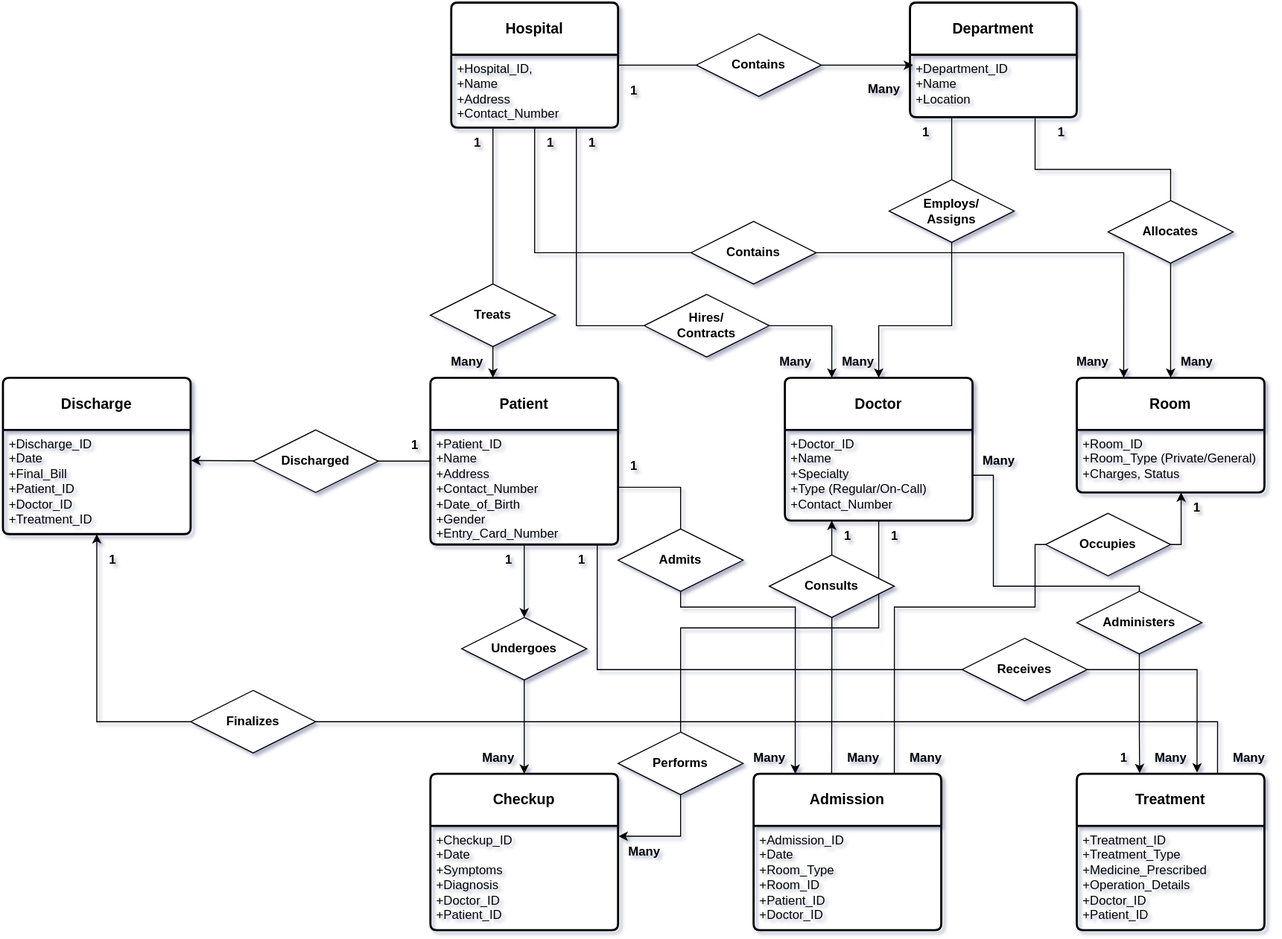
Before: SEM-1/Database-Application/Assignments/Assignment-1/ER-Diagram-(HMS).drawio.svg, a diagram exported from draw.io (Mohammedvaraliya/MCA-Coursework). Source tidied: cells renumbered, new cells last; positions are measured from the earlier drawing's top-left corner, leaving out a move shared by most shapes.
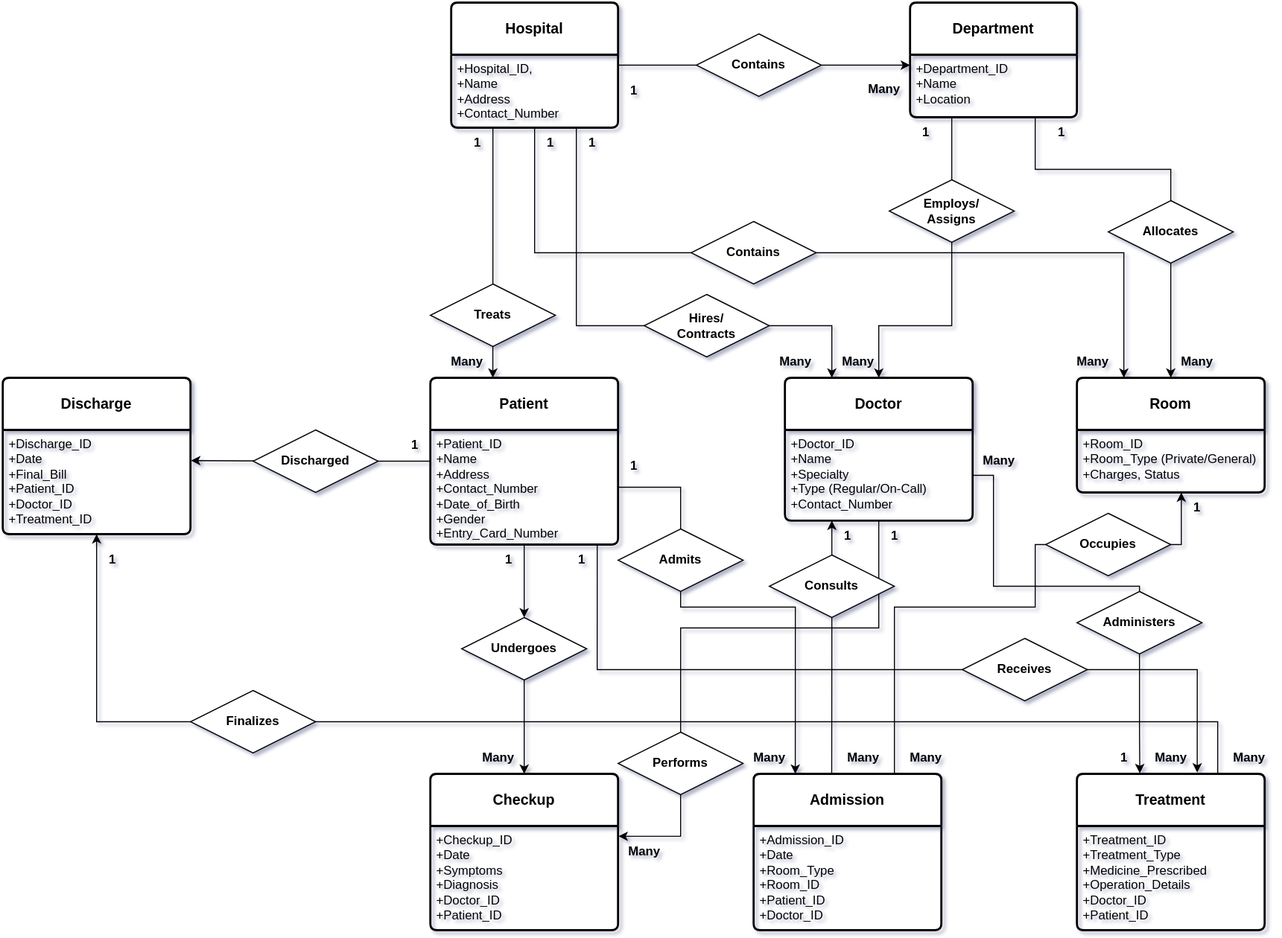
The same file after the commit.

Commit message:
Added Database Application assignment 1 (ER Diagram of Hospital Management System)

What changed in the source:
```diff
@@ -243,8 +243,10 @@
     <mxCell id="64" value="&lt;span&gt;Contains&lt;/span&gt;" style="shape=rhombus;perimeter=rhombusPerimeter;whiteSpace=wrap;html=1;align=center;fontStyle=1;" parent="1" vertex="1">
       <mxGeometry x="665" y="30" width="120" height="60" as="geometry" />
     </mxCell>
-    <mxCell id="65" style="edgeStyle=orthogonalEdgeStyle;rounded=0;jettySize=auto;html=1;entryX=0.019;entryY=0.167;entryDx=0;entryDy=0;entryPerimeter=0;" parent="1" edge="1" source="64" target="6">
-      <mxGeometry relative="1" as="geometry" />
+    <mxCell id="65" style="edgeStyle=orthogonalEdgeStyle;rounded=0;jettySize=auto;html=1;" parent="1" edge="1" source="64">
+      <mxGeometry relative="1" as="geometry">
+        <mxPoint x="870" y="60" as="targetPoint" />
+      </mxGeometry>
     </mxCell>
     <mxCell id="66" value="Employs/&lt;div&gt;Assigns&lt;br&gt;&lt;/div&gt;" style="shape=rhombus;perimeter=rhombusPerimeter;whiteSpace=wrap;html=1;align=center;fontStyle=1;" parent="1" vertex="1">
       <mxGeometry x="850" y="170" width="120" height="60" as="geometry" />
```
